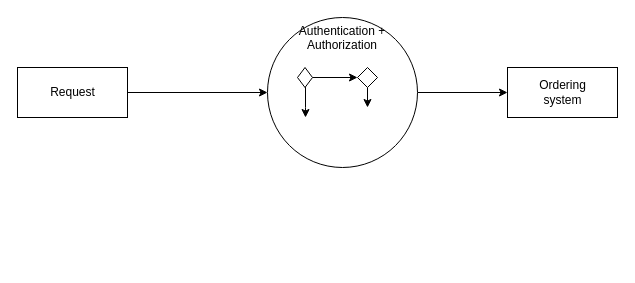
The draw.io diagram page "Page-1" (1 of 3) of Chain of Responsibility/Untitled Diagram.drawio in nguyenphuc22/Design-Patterns, before the edit. Source tidied: cells renumbered, new cells numbered last; positions are measured from the earlier drawing's top-left corner, leaving out a move shared by most shapes. Both pictures are drawn from the tidied source at 100%, with x=0, y=0 at pixel (17, 17).
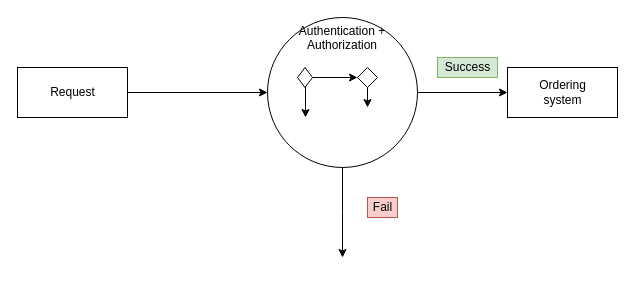
The same diagram, later.

The edit, as a diff of the source:
```diff
@@
 <mxGraphModel>
   <root>
     <mxCell id="0" />
     <mxCell id="1" parent="0" />
     <mxCell id="2" style="edgeStyle=orthogonalEdgeStyle;rounded=0;jettySize=auto;html=1;" parent="1" edge="1" source="3" target="6">
       <mxGeometry relative="1" as="geometry" />
     </mxCell>
     <mxCell id="3" value="Request" style="html=1;" parent="1" vertex="1">
       <mxGeometry y="50" width="110" height="50" as="geometry" />
     </mxCell>
     <mxCell id="4" value="Ordering&lt;br&gt;system" style="html=1;" parent="1" vertex="1">
       <mxGeometry x="490" y="50" width="110" height="50" as="geometry" />
     </mxCell>
     <mxCell id="5" style="edgeStyle=orthogonalEdgeStyle;rounded=0;jettySize=auto;html=1;entryX=0;entryY=0.5;entryDx=0;entryDy=0;" parent="1" edge="1" source="6" target="4">
       <mxGeometry relative="1" as="geometry" />
     </mxCell>
+    <mxCell id="12" style="edgeStyle=orthogonalEdgeStyle;rounded=0;jettySize=auto;html=1;" parent="1" edge="1" source="6">
+      <mxGeometry relative="1" as="geometry">
+        <mxPoint x="325" y="240" as="targetPoint" />
+      </mxGeometry>
+    </mxCell>
     <mxCell id="6" value="&lt;div align=&quot;center&quot;&gt;Authentication + Authorization&lt;/div&gt;" style="ellipse;whiteSpace=wrap;html=1;align=center;verticalAlign=top;" parent="1" vertex="1">
       <mxGeometry x="250" width="150" height="150" as="geometry" />
     </mxCell>
     <mxCell id="7" style="edgeStyle=orthogonalEdgeStyle;rounded=0;jettySize=auto;html=1;" parent="1" edge="1" source="9" target="11">
       <mxGeometry relative="1" as="geometry" />
     </mxCell>
     <mxCell id="8" style="edgeStyle=orthogonalEdgeStyle;rounded=0;jettySize=auto;html=1;" parent="1" edge="1" source="9">
       <mxGeometry relative="1" as="geometry">
         <mxPoint x="288" y="100" as="targetPoint" />
         <Array as="points">
           <mxPoint x="288" y="90" />
           <mxPoint x="288" y="90" />
           <mxPoint x="288" y="100" />
         </Array>
       </mxGeometry>
     </mxCell>
     <mxCell id="9" style="rhombus;whiteSpace=wrap;html=1;" parent="1" vertex="1">
       <mxGeometry x="280" y="50" width="15" height="20" as="geometry" />
     </mxCell>
     <mxCell id="10" style="edgeStyle=orthogonalEdgeStyle;rounded=0;jettySize=auto;html=1;" parent="1" edge="1" source="11">
       <mxGeometry relative="1" as="geometry">
         <mxPoint x="350" y="90" as="targetPoint" />
       </mxGeometry>
     </mxCell>
     <mxCell id="11" style="rhombus;whiteSpace=wrap;html=1;" parent="1" vertex="1">
       <mxGeometry x="340" y="50" width="20" height="20" as="geometry" />
     </mxCell>
+    <mxCell id="13" value="Fail" style="text;html=1;align=center;verticalAlign=middle;strokeColor=#b85450;fillColor=#f8cecc;" parent="1" vertex="1">
+      <mxGeometry x="350" y="180" width="30" height="20" as="geometry" />
+    </mxCell>
+    <mxCell id="14" value="Success" style="text;html=1;align=center;verticalAlign=middle;strokeColor=#82b366;fillColor=#d5e8d4;" parent="1" vertex="1">
+      <mxGeometry x="420" y="40" width="60" height="20" as="geometry" />
+    </mxCell>
   </root>
 </mxGraphModel>
```
